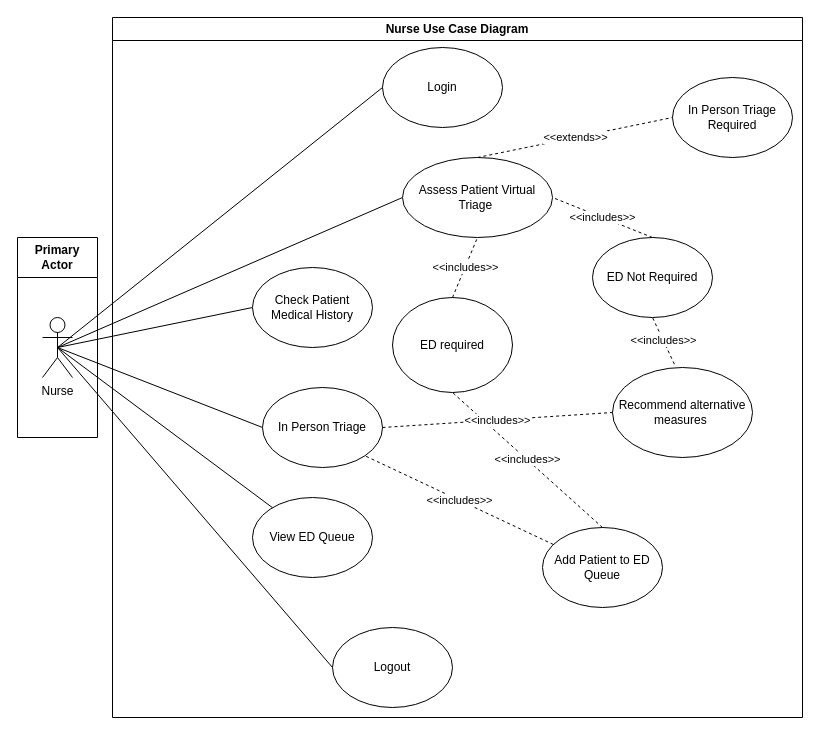
Earlier version of the draw.io diagram Project Milestone 1/Primary_actor_nurse.drawio (SENG-350-2024-fall/Team-6). Source tidied: cells renumbered, new cells numbered last; positions are measured from the earlier drawing's top-left corner, leaving out a move shared by most shapes. Both pictures are drawn from the tidied source at 100%, with x=0, y=0 at pixel (17, 17).
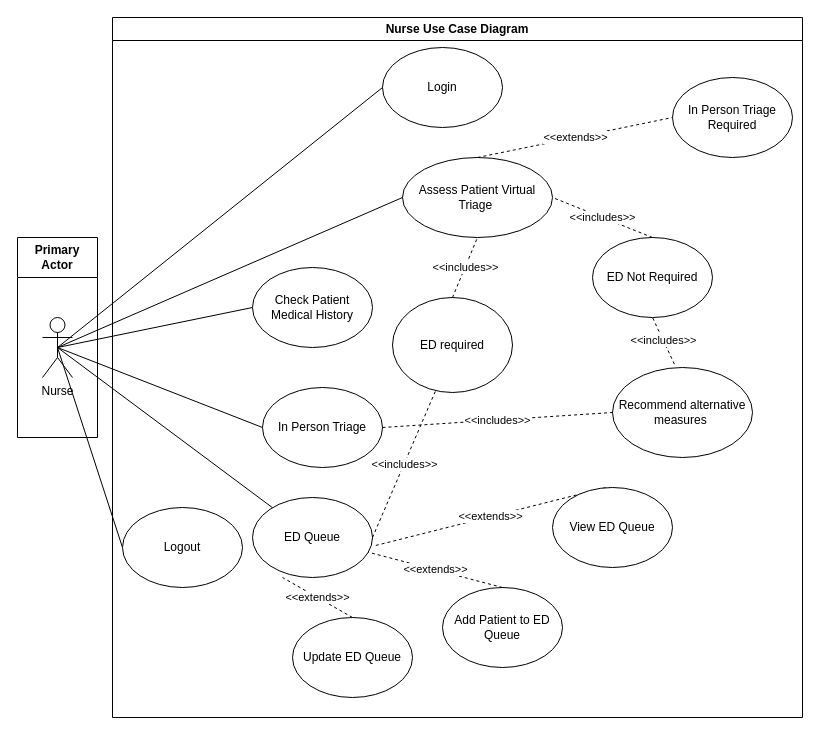
The same page after the edit.

The change refers to these unchanged cells:
```xml
<mxCell id="7" value="Nurse Use Case Diagram" style="swimlane;whiteSpace=wrap;html=1;" parent="1" vertex="1">
  <mxGeometry x="95" width="690" height="700" as="geometry" />
</mxCell>
<mxCell id="9" value="ED required" style="ellipse;whiteSpace=wrap;html=1;" parent="7" vertex="1">
  <mxGeometry x="280" y="280" width="120" height="95" as="geometry" />
</mxCell>
<mxCell id="19" value="In Person Triage" style="ellipse;whiteSpace=wrap;html=1;" parent="7" vertex="1">
  <mxGeometry x="150" y="370" width="120" height="80" as="geometry" />
</mxCell>
```

Diff of the diagram source:
```diff
@@
-    <mxCell id="15" value="Add Patient to ED Queue" style="ellipse;whiteSpace=wrap;html=1;" parent="7" vertex="1">
-      <mxGeometry x="430" y="510" width="120" height="80" as="geometry" />
-    </mxCell>
-    <mxCell id="16" value="&amp;lt;&amp;lt;includes&amp;gt;&amp;gt;" style="endArrow=none;dashed=1;html=1;rounded=0;entryX=0.5;entryY=1;entryDx=0;entryDy=0;exitX=0.5;exitY=0;exitDx=0;exitDy=0;" parent="7" edge="1" source="15" target="9">
-      <mxGeometry relative="1" as="geometry" />
-    </mxCell>
     <mxCell id="17" value="Logout" style="ellipse;whiteSpace=wrap;html=1;" parent="7" vertex="1">
-      <mxGeometry x="220" y="610" width="120" height="80" as="geometry" />
+      <mxGeometry x="10" y="490" width="120" height="80" as="geometry" />
     </mxCell>
@@
-    <mxCell id="22" value="&amp;lt;&amp;lt;includes&amp;gt;&amp;gt;" style="endArrow=none;dashed=1;html=1;rounded=0;entryX=1;entryY=1;entryDx=0;entryDy=0;" parent="7" edge="1" source="15" target="19">
-      <mxGeometry relative="1" as="geometry" />
-    </mxCell>
@@
-    <mxCell id="24" value="View ED Queue" style="ellipse;whiteSpace=wrap;html=1;" parent="7" vertex="1">
+    <mxCell id="24" value="&lt;div&gt;&lt;span style=&quot;background-color: initial;&quot;&gt;ED Queue&lt;/span&gt;&lt;br&gt;&lt;/div&gt;" style="ellipse;whiteSpace=wrap;html=1;" parent="7" vertex="1">
       <mxGeometry x="140" y="480" width="120" height="80" as="geometry" />
     </mxCell>
+    <mxCell id="29" value="&amp;lt;&amp;lt;extends&amp;gt;&amp;gt;" style="endArrow=none;dashed=1;html=1;rounded=0;entryX=1.018;entryY=0.603;entryDx=0;entryDy=0;entryPerimeter=0;exitX=0.443;exitY=0.002;exitDx=0;exitDy=0;exitPerimeter=0;" parent="7" edge="1" source="30" target="24">
+      <mxGeometry relative="1" as="geometry" />
+    </mxCell>
+    <mxCell id="30" value="View ED Queue" style="ellipse;whiteSpace=wrap;html=1;" parent="7" vertex="1">
+      <mxGeometry x="440" y="470" width="120" height="80" as="geometry" />
+    </mxCell>
+    <mxCell id="31" value="Update ED Queue" style="ellipse;whiteSpace=wrap;html=1;" parent="7" vertex="1">
+      <mxGeometry x="180" y="600" width="120" height="80" as="geometry" />
+    </mxCell>
+    <mxCell id="32" value="&amp;lt;&amp;lt;extends&amp;gt;&amp;gt;" style="endArrow=none;dashed=1;html=1;rounded=0;exitX=0.5;exitY=0;exitDx=0;exitDy=0;" parent="7" edge="1" source="31">
+      <mxGeometry relative="1" as="geometry">
+        <mxPoint x="170" y="560" as="targetPoint" />
+      </mxGeometry>
+    </mxCell>
+    <mxCell id="15" value="Add Patient to ED Queue" style="ellipse;whiteSpace=wrap;html=1;" parent="7" vertex="1">
+      <mxGeometry x="330" y="570" width="120" height="80" as="geometry" />
+    </mxCell>
+    <mxCell id="33" value="&amp;lt;&amp;lt;extends&amp;gt;&amp;gt;" style="endArrow=none;dashed=1;html=1;rounded=0;exitX=0.5;exitY=0;exitDx=0;exitDy=0;" parent="7" edge="1" source="15" target="24">
+      <mxGeometry relative="1" as="geometry" />
+    </mxCell>
+    <mxCell id="34" value="&amp;lt;&amp;lt;includes&amp;gt;&amp;gt;" style="endArrow=none;dashed=1;html=1;rounded=0;entryX=0.362;entryY=0.973;entryDx=0;entryDy=0;entryPerimeter=0;" parent="7" edge="1" target="9">
+      <mxGeometry relative="1" as="geometry">
+        <mxPoint x="260" y="520" as="sourcePoint" />
+      </mxGeometry>
+    </mxCell>
```
